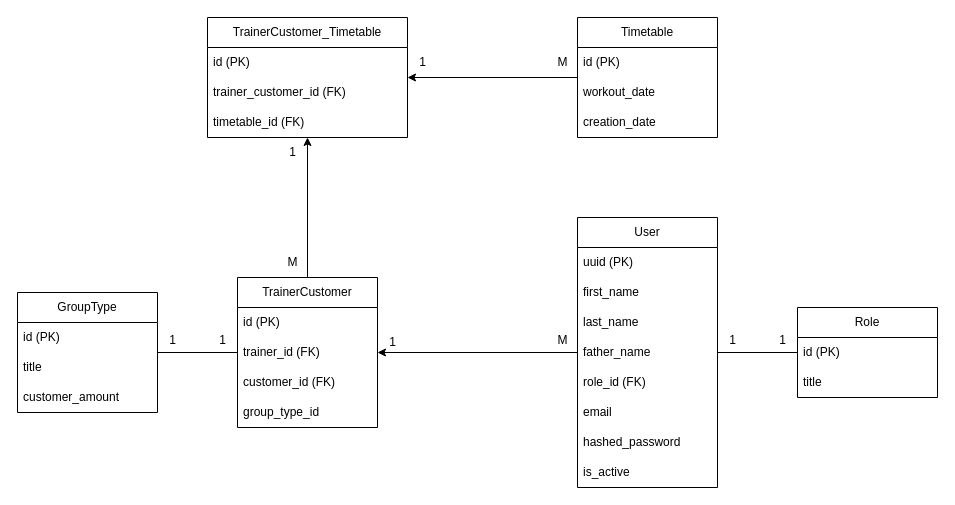
The draw.io diagram db_schema.drawio in Lockerio/GYM_Service, before the edit. Source tidied: cells renumbered, new cells numbered last; positions are measured from the earlier drawing's top-left corner, leaving out a move shared by most shapes. Both pictures are drawn from the tidied source at 100%, with x=0, y=0 at pixel (17, 17).
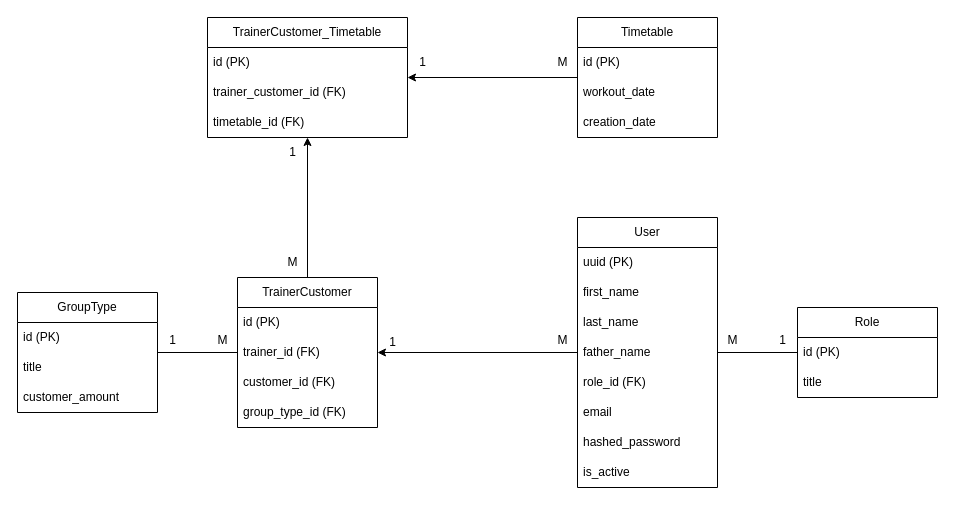
Above is the later version.

Unchanged cells that the change refers to:
```xml
<mxCell id="17" value="TrainerCustomer" style="swimlane;fontStyle=0;horizontal=1;startSize=30;whiteSpace=wrap;html=1;" parent="1" vertex="1">
  <mxGeometry x="220" y="260" width="140" height="150" as="geometry" />
</mxCell>
```

Change to the diagram source:
```diff
@@
-    <mxCell id="21" value="group_type_id" style="text;strokeColor=none;fillColor=none;align=left;verticalAlign=middle;spacingLeft=4;spacingRight=4;overflow=hidden;whiteSpace=wrap;html=1;" parent="17" vertex="1">
+    <mxCell id="21" value="group_type_id (FK)" style="text;strokeColor=none;fillColor=none;align=left;verticalAlign=middle;spacingLeft=4;spacingRight=4;overflow=hidden;whiteSpace=wrap;html=1;" parent="17" vertex="1">
       <mxGeometry y="120" width="140" height="30" as="geometry" />
     </mxCell>
@@
-    <mxCell id="27" value="1" style="text;html=1;align=center;verticalAlign=middle;strokeColor=none;fillColor=none;" parent="1" vertex="1">
+    <mxCell id="27" value="M" style="text;html=1;align=center;verticalAlign=middle;strokeColor=none;fillColor=none;" parent="1" vertex="1">
       <mxGeometry x="700" y="308" width="30" height="30" as="geometry" />
     </mxCell>
@@
-    <mxCell id="34" value="1" style="text;html=1;align=center;verticalAlign=middle;strokeColor=none;fillColor=none;" parent="1" vertex="1">
+    <mxCell id="34" value="M" style="text;html=1;align=center;verticalAlign=middle;strokeColor=none;fillColor=none;" parent="1" vertex="1">
       <mxGeometry x="190" y="308" width="30" height="30" as="geometry" />
     </mxCell>
```
